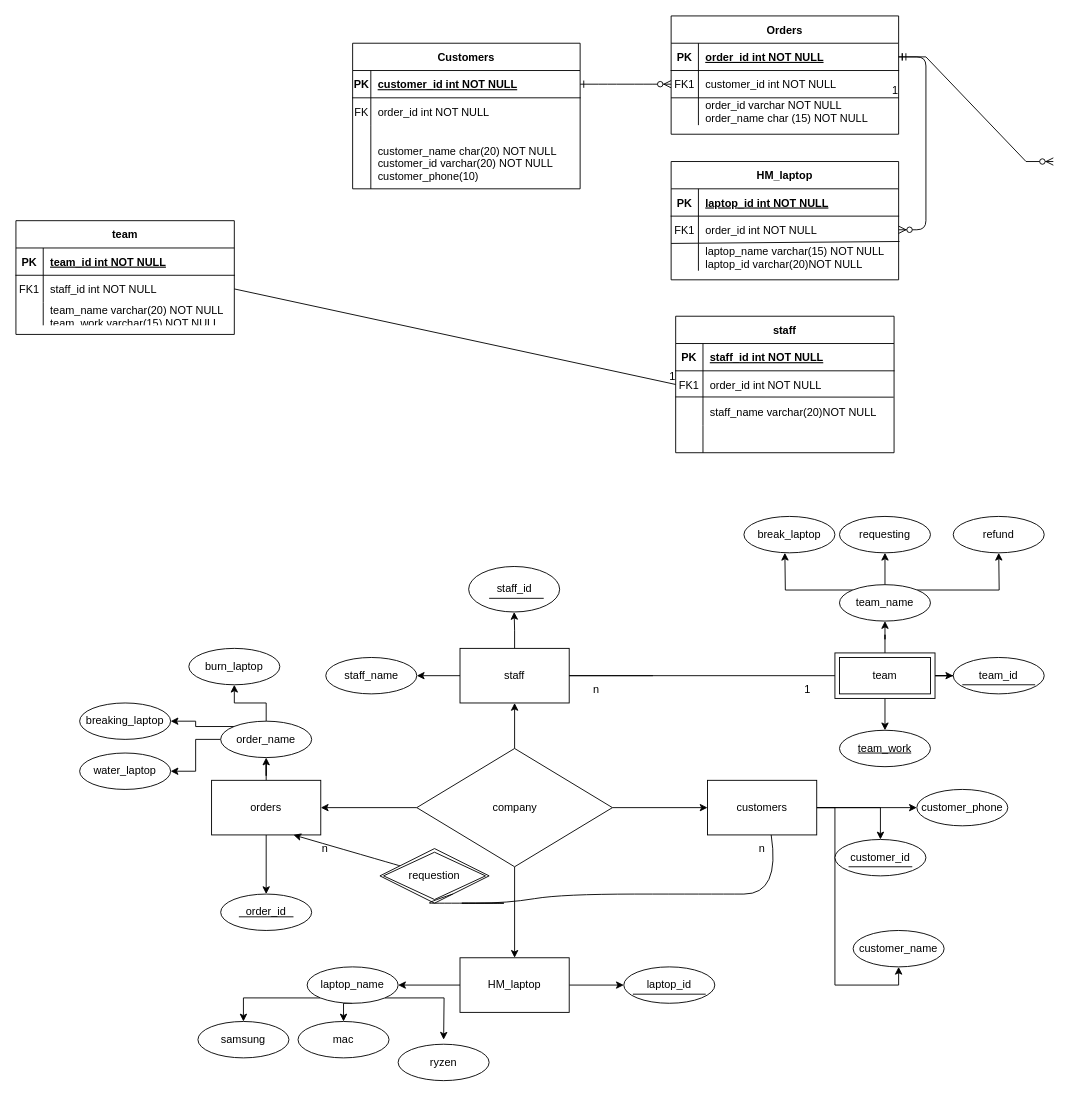
The draw.io diagram Untitled Diagram.drawio in SeunghoonSeunghoon/My_results, before the edit. Source tidied: cells renumbered, new cells numbered last; positions are measured from the earlier drawing's top-left corner, leaving out a move shared by most shapes. Both pictures are drawn from the tidied source at 91%, with x=0, y=0 at pixel (15, 15).
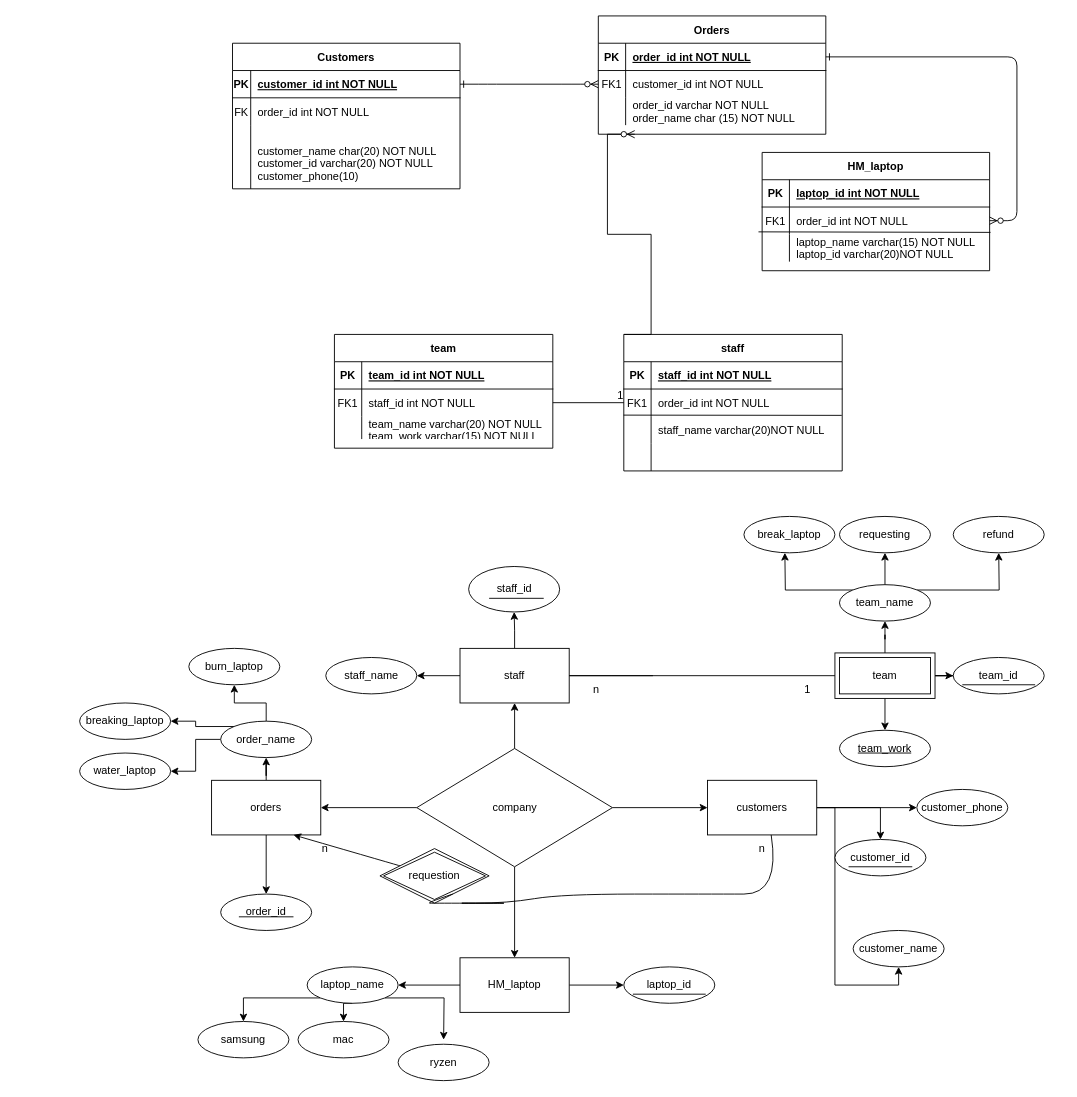
The same page after the edit.

The change refers to these unchanged cells:
```xml
<mxCell id="5" style="shape=partialRectangle;fillColor=none;points=[[0,0.5],[1,0.5]];portConstraint=eastwest;top=0;left=0;right=0;bottom=1;" parent="4" vertex="1">
  <mxGeometry y="30" width="250" height="30" as="geometry" />
</mxCell>
<mxCell id="21" style="shape=partialRectangle;fillColor=none;points=[[0,0.5],[1,0.5]];portConstraint=eastwest;top=0;left=0;right=0;bottom=0;" parent="14" vertex="1">
  <mxGeometry y="90" width="250" height="30" as="geometry" />
</mxCell>
```

Change to the diagram source:
```diff
@@
     <mxCell id="4" value="Orders" style="shape=table;startSize=30;childLayout=tableLayout;rowLines=0;fontStyle=1;align=center;" parent="1" vertex="1">
-      <mxGeometry x="720" width="250" height="130" as="geometry" />
+      <mxGeometry x="640" width="250" height="130" as="geometry" />
     </mxCell>
@@
     <mxCell id="14" value="HM_laptop" style="shape=table;startSize=30;childLayout=tableLayout;rowLines=0;fontStyle=1;align=center;" parent="1" vertex="1">
-      <mxGeometry x="720" y="160" width="250" height="130" as="geometry" />
+      <mxGeometry x="820" y="150" width="250" height="130" as="geometry" />
     </mxCell>
@@
+    <mxCell id="83" style="endArrow=none;html=1;rounded=0;entryX=1.004;entryY=-0.071;entryDx=0;entryDy=0;entryPerimeter=0;exitX=-0.016;exitY=-0.09;exitDx=0;exitDy=0;exitPerimeter=0;" parent="14" edge="1" source="21" target="21">
+      <mxGeometry relative="1" as="geometry" />
+    </mxCell>
     <mxCell id="24" value="Customers" style="shape=table;startSize=30;childLayout=tableLayout;rowLines=0;fontStyle=1;align=center;" parent="1" vertex="1">
-      <mxGeometry x="370" y="30" width="250" height="160" as="geometry" />
+      <mxGeometry x="238" y="30" width="250" height="160" as="geometry" />
     </mxCell>
@@
-    <mxCell id="81" style="endArrow=none;html=1;rounded=0;" parent="1" edge="1">
-      <mxGeometry relative="1" as="geometry">
-        <mxPoint x="720" y="90" as="sourcePoint" />
-        <mxPoint x="970" y="90" as="targetPoint" />
-      </mxGeometry>
-    </mxCell>
-    <mxCell id="82" value="1" style="html=1;align=right;verticalAlign=bottom;" parent="81" vertex="1">
-      <mxGeometry x="1" relative="1" as="geometry" />
-    </mxCell>
-    <mxCell id="83" style="endArrow=none;html=1;rounded=0;entryX=1.004;entryY=-0.071;entryDx=0;entryDy=0;entryPerimeter=0;" parent="1" edge="1" target="21">
-      <mxGeometry relative="1" as="geometry">
-        <mxPoint x="720" y="250" as="sourcePoint" />
-      </mxGeometry>
-    </mxCell>
@@
     <mxCell id="85" value="staff" style="shape=table;startSize=30;childLayout=tableLayout;rowLines=0;fontStyle=1;align=center;" parent="1" vertex="1">
-      <mxGeometry x="725" y="330" width="240" height="150" as="geometry" />
+      <mxGeometry x="668" y="350" width="240" height="150" as="geometry" />
     </mxCell>
@@
     <mxCell id="99" value="team" style="shape=table;startSize=30;childLayout=tableLayout;rowLines=0;fontStyle=1;align=center;" parent="1" vertex="1">
-      <mxGeometry y="225" width="240" height="125" as="geometry" />
+      <mxGeometry x="350" y="350" width="240" height="125" as="geometry" />
     </mxCell>
@@
-    <mxCell id="130" style="edgeStyle=entityRelationEdgeStyle;fontSize=12;html=1;endArrow=ERzeroToMany;startArrow=ERmandOne;rounded=0;exitX=1;exitY=0.5;exitDx=0;exitDy=0;" parent="1" edge="1" source="5">
-      <mxGeometry relative="1" as="geometry">
-        <mxPoint x="1140" y="160" as="targetPoint" />
-      </mxGeometry>
-    </mxCell>
+    <mxCell id="131" style="edgeStyle=entityRelationEdgeStyle;fontSize=12;html=1;endArrow=ERzeroToMany;endFill=1;rounded=0;exitX=0;exitY=0;exitDx=0;exitDy=0;" parent="1" edge="1" source="85">
+      <mxGeometry relative="1" as="geometry">
+        <mxPoint x="680" y="130" as="targetPoint" />
+      </mxGeometry>
+    </mxCell>
```
